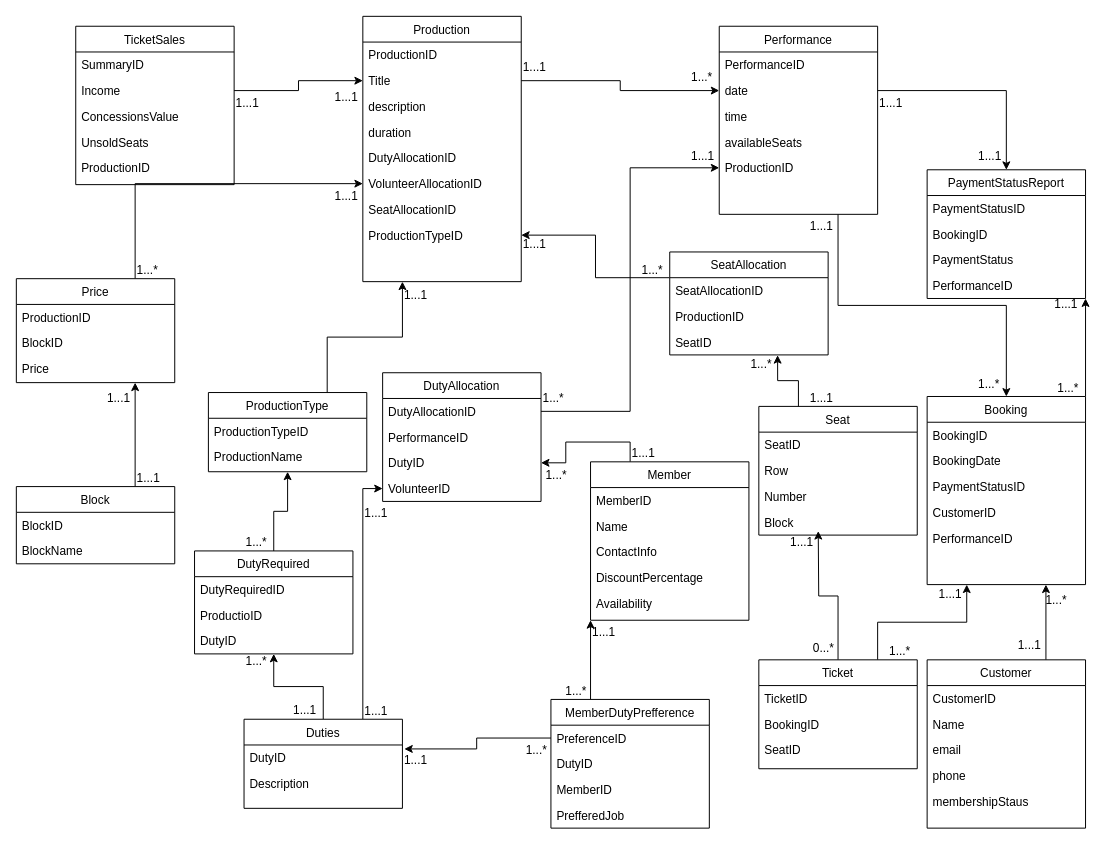
Before: Untitled Diagram.drawio in iamheetp/ecomstore, a draw.io diagram. Source tidied: cells renumbered, new cells numbered last; positions are measured from the earlier drawing's top-left corner, leaving out a move shared by most shapes. Both pictures are drawn from the tidied source at 99%, with x=0, y=0 at pixel (16, 16).
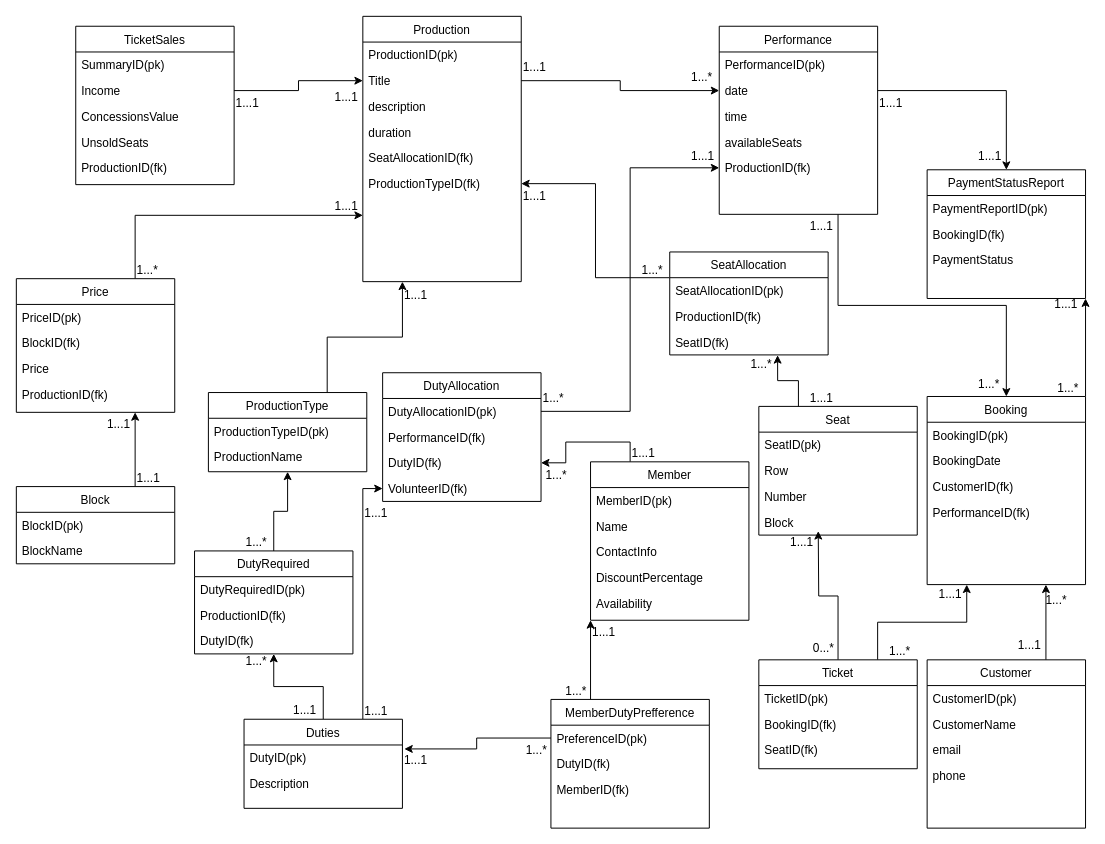
The same diagram, later.

Unchanged cells that the change refers to:
```xml
<mxCell id="2" value="Seat" style="swimlane;fontStyle=0;align=center;verticalAlign=top;horizontal=1;startSize=26;rounded=0;shadow=0;strokeWidth=1;" parent="1" vertex="1">
  <mxGeometry x="750" y="394" width="160" height="130" as="geometry" />
</mxCell>
<mxCell id="8" value="Booking" style="swimlane;fontStyle=0;align=center;verticalAlign=top;horizontal=1;startSize=26;rounded=0;shadow=0;strokeWidth=1;" parent="1" vertex="1">
  <mxGeometry x="920" y="384" width="160" height="190" as="geometry" />
</mxCell>
<mxCell id="14" value="Production" style="swimlane;fontStyle=0;align=center;verticalAlign=top;horizontal=1;startSize=26;rounded=0;shadow=0;strokeWidth=1;" parent="1" vertex="1">
  <mxGeometry x="350" width="160" height="268" as="geometry" />
</mxCell>
<mxCell id="24" value="Performance" style="swimlane;fontStyle=0;align=center;verticalAlign=top;horizontal=1;startSize=26;rounded=0;shadow=0;strokeWidth=1;" parent="1" vertex="1">
  <mxGeometry x="710" y="10" width="160" height="190" as="geometry" />
</mxCell>
<mxCell id="37" value="Duties" style="swimlane;fontStyle=0;align=center;verticalAlign=top;horizontal=1;startSize=26;rounded=0;shadow=0;strokeWidth=1;" parent="1" vertex="1">
  <mxGeometry x="230" y="710" width="160" height="90" as="geometry" />
</mxCell>
<mxCell id="40" value="TicketSales" style="swimlane;fontStyle=0;align=center;verticalAlign=top;horizontal=1;startSize=26;rounded=0;shadow=0;strokeWidth=1;" parent="1" vertex="1">
  <mxGeometry x="60" y="10" width="160" height="160" as="geometry" />
</mxCell>
<mxCell id="48" value="DutyAllocation" style="swimlane;fontStyle=0;align=center;verticalAlign=top;horizontal=1;startSize=26;rounded=0;shadow=0;strokeWidth=1;" parent="1" vertex="1">
  <mxGeometry x="370" y="360" width="160" height="130" as="geometry" />
</mxCell>
<mxCell id="59" value="Member" style="swimlane;fontStyle=0;align=center;verticalAlign=top;horizontal=1;startSize=26;rounded=0;shadow=0;strokeWidth=1;" parent="1" vertex="1">
  <mxGeometry x="580" y="450" width="160" height="160" as="geometry" />
</mxCell>
<mxCell id="66" value="Customer" style="swimlane;fontStyle=0;align=center;verticalAlign=top;horizontal=1;startSize=26;rounded=0;shadow=0;strokeWidth=1;" parent="1" vertex="1">
  <mxGeometry x="920" y="650" width="160" height="170" as="geometry" />
</mxCell>
<mxCell id="74" value="Ticket" style="swimlane;fontStyle=0;align=center;verticalAlign=top;horizontal=1;startSize=26;rounded=0;shadow=0;strokeWidth=1;" parent="1" vertex="1">
  <mxGeometry x="750" y="650" width="160" height="110" as="geometry" />
</mxCell>
<mxCell id="82" value="DutyRequired" style="swimlane;fontStyle=0;align=center;verticalAlign=top;horizontal=1;startSize=26;rounded=0;shadow=0;strokeWidth=1;" parent="1" vertex="1">
  <mxGeometry x="180" y="540" width="160" height="104" as="geometry" />
</mxCell>
<mxCell id="87" value="SeatAllocation" style="swimlane;fontStyle=0;align=center;verticalAlign=top;horizontal=1;startSize=26;rounded=0;shadow=0;strokeWidth=1;" parent="1" vertex="1">
  <mxGeometry x="660" y="238" width="160" height="104" as="geometry" />
</mxCell>
<mxCell id="94" value="PaymentStatusReport" style="swimlane;fontStyle=0;align=center;verticalAlign=top;horizontal=1;startSize=26;rounded=0;shadow=0;strokeWidth=1;" parent="1" vertex="1">
  <mxGeometry x="920" y="155" width="160" height="130" as="geometry" />
</mxCell>
<mxCell id="120" value="Block" style="swimlane;fontStyle=0;align=center;verticalAlign=top;horizontal=1;startSize=26;rounded=0;shadow=0;strokeWidth=1;" parent="1" vertex="1">
  <mxGeometry y="475" width="160" height="78" as="geometry" />
</mxCell>
<mxCell id="127" value="ProductionType" style="swimlane;fontStyle=0;align=center;verticalAlign=top;horizontal=1;startSize=26;rounded=0;shadow=0;strokeWidth=1;" parent="1" vertex="1">
  <mxGeometry x="194" y="380" width="160" height="80" as="geometry" />
</mxCell>
<mxCell id="135" value="MemberDutyPrefference" style="swimlane;fontStyle=0;align=center;verticalAlign=top;horizontal=1;startSize=26;rounded=0;shadow=0;strokeWidth=1;" parent="1" vertex="1">
  <mxGeometry x="540" y="690" width="160" height="130" as="geometry" />
</mxCell>
```

The edit, as a diff of the source:
```diff
@@
-    <mxCell id="3" value="SeatID" style="text;align=left;verticalAlign=top;spacingLeft=4;spacingRight=4;overflow=hidden;" parent="2" vertex="1">
+    <mxCell id="3" value="SeatID(pk)" style="text;align=left;verticalAlign=top;spacingLeft=4;spacingRight=4;overflow=hidden;" parent="2" vertex="1">
       <mxGeometry y="26" width="160" height="26" as="geometry" />
     </mxCell>
@@
-    <mxCell id="9" value="BookingID" style="text;align=left;verticalAlign=top;spacingLeft=4;spacingRight=4;overflow=hidden;" parent="8" vertex="1">
+    <mxCell id="9" value="BookingID(pk)" style="text;align=left;verticalAlign=top;spacingLeft=4;spacingRight=4;overflow=hidden;" parent="8" vertex="1">
       <mxGeometry y="26" width="160" height="26" as="geometry" />
     </mxCell>
@@
-    <mxCell id="11" value="PaymentStatusID" style="text;align=left;verticalAlign=top;spacingLeft=4;spacingRight=4;overflow=hidden;" parent="8" vertex="1">
-      <mxGeometry y="78" width="160" height="26" as="geometry" />
-    </mxCell>
-    <mxCell id="12" value="CustomerID" style="text;align=left;verticalAlign=top;spacingLeft=4;spacingRight=4;overflow=hidden;" parent="8" vertex="1">
-      <mxGeometry y="104" width="160" height="26" as="geometry" />
+    <mxCell id="12" value="CustomerID(fk)" style="text;align=left;verticalAlign=top;spacingLeft=4;spacingRight=4;overflow=hidden;" parent="8" vertex="1">
+      <mxGeometry y="78" width="160" height="26" as="geometry" />
     </mxCell>
-    <mxCell id="13" value="PerformanceID" style="text;align=left;verticalAlign=top;spacingLeft=4;spacingRight=4;overflow=hidden;" parent="8" vertex="1">
-      <mxGeometry y="130" width="160" height="26" as="geometry" />
+    <mxCell id="13" value="PerformanceID(fk)" style="text;align=left;verticalAlign=top;spacingLeft=4;spacingRight=4;overflow=hidden;" parent="8" vertex="1">
+      <mxGeometry y="104" width="160" height="26" as="geometry" />
     </mxCell>
@@
-    <mxCell id="15" value="ProductionID" style="text;align=left;verticalAlign=top;spacingLeft=4;spacingRight=4;overflow=hidden;" parent="14" vertex="1">
+    <mxCell id="15" value="ProductionID(pk)" style="text;align=left;verticalAlign=top;spacingLeft=4;spacingRight=4;overflow=hidden;" parent="14" vertex="1">
       <mxGeometry y="26" width="160" height="26" as="geometry" />
     </mxCell>
@@
-    <mxCell id="19" value="DutyAllocationID" style="text;align=left;verticalAlign=top;spacingLeft=4;spacingRight=4;overflow=hidden;rounded=0;shadow=0;html=0;" parent="14" vertex="1">
-      <mxGeometry y="130" width="160" height="26" as="geometry" />
-    </mxCell>
-    <mxCell id="20" value="VolunteerAllocationID" style="text;align=left;verticalAlign=top;spacingLeft=4;spacingRight=4;overflow=hidden;points=[[0,0.5],[1,0.5]];portConstraint=eastwest;rounded=0;shadow=0;html=0;" parent="14" vertex="1">
-      <mxGeometry y="156" width="160" height="26" as="geometry" />
-    </mxCell>
-    <mxCell id="21" value="SeatAllocationID" style="text;align=left;verticalAlign=top;spacingLeft=4;spacingRight=4;overflow=hidden;rounded=0;shadow=0;html=0;" parent="14" vertex="1">
-      <mxGeometry y="182" width="160" height="26" as="geometry" />
+    <mxCell id="21" value="SeatAllocationID(fk)" style="text;align=left;verticalAlign=top;spacingLeft=4;spacingRight=4;overflow=hidden;rounded=0;shadow=0;html=0;" parent="14" vertex="1">
+      <mxGeometry y="130" width="160" height="26" as="geometry" />
     </mxCell>
-    <mxCell id="22" value="ProductionTypeID" style="text;align=left;verticalAlign=top;spacingLeft=4;spacingRight=4;overflow=hidden;points=[[0,0.5],[1,0.5]];portConstraint=eastwest;rounded=0;shadow=0;html=0;" parent="14" vertex="1">
-      <mxGeometry y="208" width="160" height="26" as="geometry" />
+    <mxCell id="22" value="ProductionTypeID(fk)" style="text;align=left;verticalAlign=top;spacingLeft=4;spacingRight=4;overflow=hidden;points=[[0,0.5],[1,0.5]];portConstraint=eastwest;rounded=0;shadow=0;html=0;" parent="14" vertex="1">
+      <mxGeometry y="156" width="160" height="26" as="geometry" />
     </mxCell>
@@
-    <mxCell id="25" value="PerformanceID" style="text;align=left;verticalAlign=top;spacingLeft=4;spacingRight=4;overflow=hidden;" parent="24" vertex="1">
+    <mxCell id="25" value="PerformanceID(pk)" style="text;align=left;verticalAlign=top;spacingLeft=4;spacingRight=4;overflow=hidden;" parent="24" vertex="1">
       <mxGeometry y="26" width="160" height="26" as="geometry" />
     </mxCell>
@@
-    <mxCell id="29" value="ProductionID" style="text;align=left;verticalAlign=top;spacingLeft=4;spacingRight=4;overflow=hidden;points=[[0,0.5],[1,0.5]];portConstraint=eastwest;rounded=0;shadow=0;html=0;" parent="24" vertex="1">
+    <mxCell id="29" value="ProductionID(fk)" style="text;align=left;verticalAlign=top;spacingLeft=4;spacingRight=4;overflow=hidden;points=[[0,0.5],[1,0.5]];portConstraint=eastwest;rounded=0;shadow=0;html=0;" parent="24" vertex="1">
       <mxGeometry y="130" width="160" height="26" as="geometry" />
     </mxCell>
@@
-    <mxCell id="38" value="DutyID" style="text;align=left;verticalAlign=top;spacingLeft=4;spacingRight=4;overflow=hidden;points=[[0,0.5],[1,0.5]];portConstraint=eastwest;" parent="37" vertex="1">
+    <mxCell id="38" value="DutyID(pk)" style="text;align=left;verticalAlign=top;spacingLeft=4;spacingRight=4;overflow=hidden;points=[[0,0.5],[1,0.5]];portConstraint=eastwest;" parent="37" vertex="1">
       <mxGeometry y="26" width="160" height="26" as="geometry" />
     </mxCell>
@@
-    <mxCell id="41" value="SummaryID" style="text;align=left;verticalAlign=top;spacingLeft=4;spacingRight=4;overflow=hidden;" parent="40" vertex="1">
+    <mxCell id="41" value="SummaryID(pk)" style="text;align=left;verticalAlign=top;spacingLeft=4;spacingRight=4;overflow=hidden;" parent="40" vertex="1">
       <mxGeometry y="26" width="160" height="26" as="geometry" />
     </mxCell>
@@
-    <mxCell id="45" value="ProductionID" style="text;align=left;verticalAlign=top;spacingLeft=4;spacingRight=4;overflow=hidden;rounded=0;shadow=0;html=0;" parent="40" vertex="1">
+    <mxCell id="45" value="ProductionID(fk)" style="text;align=left;verticalAlign=top;spacingLeft=4;spacingRight=4;overflow=hidden;rounded=0;shadow=0;html=0;" parent="40" vertex="1">
       <mxGeometry y="130" width="160" height="26" as="geometry" />
     </mxCell>
@@
-    <mxCell id="49" value="DutyAllocationID" style="text;align=left;verticalAlign=top;spacingLeft=4;spacingRight=4;overflow=hidden;points=[[0,0.5],[1,0.5]];portConstraint=eastwest;" parent="48" vertex="1">
+    <mxCell id="49" value="DutyAllocationID(pk)" style="text;align=left;verticalAlign=top;spacingLeft=4;spacingRight=4;overflow=hidden;points=[[0,0.5],[1,0.5]];portConstraint=eastwest;" parent="48" vertex="1">
       <mxGeometry y="26" width="160" height="26" as="geometry" />
     </mxCell>
-    <mxCell id="50" value="PerformanceID" style="text;align=left;verticalAlign=top;spacingLeft=4;spacingRight=4;overflow=hidden;rounded=0;shadow=0;html=0;" parent="48" vertex="1">
+    <mxCell id="50" value="PerformanceID(fk)" style="text;align=left;verticalAlign=top;spacingLeft=4;spacingRight=4;overflow=hidden;rounded=0;shadow=0;html=0;" parent="48" vertex="1">
       <mxGeometry y="52" width="160" height="26" as="geometry" />
     </mxCell>
-    <mxCell id="51" value="DutyID" style="text;align=left;verticalAlign=top;spacingLeft=4;spacingRight=4;overflow=hidden;points=[[0,0.5],[1,0.5]];portConstraint=eastwest;rounded=0;shadow=0;html=0;" parent="48" vertex="1">
+    <mxCell id="51" value="DutyID(fk)" style="text;align=left;verticalAlign=top;spacingLeft=4;spacingRight=4;overflow=hidden;points=[[0,0.5],[1,0.5]];portConstraint=eastwest;rounded=0;shadow=0;html=0;" parent="48" vertex="1">
       <mxGeometry y="78" width="160" height="26" as="geometry" />
     </mxCell>
-    <mxCell id="52" value="VolunteerID" style="text;align=left;verticalAlign=top;spacingLeft=4;spacingRight=4;overflow=hidden;points=[[0,0.5],[1,0.5]];portConstraint=eastwest;rounded=0;shadow=0;html=0;" parent="48" vertex="1">
+    <mxCell id="52" value="VolunteerID(fk)" style="text;align=left;verticalAlign=top;spacingLeft=4;spacingRight=4;overflow=hidden;points=[[0,0.5],[1,0.5]];portConstraint=eastwest;rounded=0;shadow=0;html=0;" parent="48" vertex="1">
       <mxGeometry y="104" width="160" height="26" as="geometry" />
     </mxCell>
@@
-    <mxCell id="60" value="MemberID" style="text;align=left;verticalAlign=top;spacingLeft=4;spacingRight=4;overflow=hidden;" parent="59" vertex="1">
+    <mxCell id="60" value="MemberID(pk)" style="text;align=left;verticalAlign=top;spacingLeft=4;spacingRight=4;overflow=hidden;" parent="59" vertex="1">
       <mxGeometry y="26" width="160" height="26" as="geometry" />
     </mxCell>
@@
-    <mxCell id="67" value="CustomerID" style="text;align=left;verticalAlign=top;spacingLeft=4;spacingRight=4;overflow=hidden;" parent="66" vertex="1">
+    <mxCell id="67" value="CustomerID(pk)" style="text;align=left;verticalAlign=top;spacingLeft=4;spacingRight=4;overflow=hidden;" parent="66" vertex="1">
       <mxGeometry y="26" width="160" height="26" as="geometry" />
     </mxCell>
-    <mxCell id="68" value="Name" style="text;align=left;verticalAlign=top;spacingLeft=4;spacingRight=4;overflow=hidden;rounded=0;shadow=0;html=0;" parent="66" vertex="1">
+    <mxCell id="68" value="CustomerName" style="text;align=left;verticalAlign=top;spacingLeft=4;spacingRight=4;overflow=hidden;rounded=0;shadow=0;html=0;" parent="66" vertex="1">
       <mxGeometry y="52" width="160" height="26" as="geometry" />
     </mxCell>
@@
-    <mxCell id="71" value="membershipStaus" style="text;align=left;verticalAlign=top;spacingLeft=4;spacingRight=4;overflow=hidden;rounded=0;shadow=0;html=0;" parent="66" vertex="1">
-      <mxGeometry y="130" width="160" height="26" as="geometry" />
-    </mxCell>
@@
-    <mxCell id="75" value="TicketID" style="text;align=left;verticalAlign=top;spacingLeft=4;spacingRight=4;overflow=hidden;" parent="74" vertex="1">
+    <mxCell id="75" value="TicketID(pk)" style="text;align=left;verticalAlign=top;spacingLeft=4;spacingRight=4;overflow=hidden;" parent="74" vertex="1">
       <mxGeometry y="26" width="160" height="26" as="geometry" />
     </mxCell>
-    <mxCell id="76" value="BookingID" style="text;align=left;verticalAlign=top;spacingLeft=4;spacingRight=4;overflow=hidden;rounded=0;shadow=0;html=0;" parent="74" vertex="1">
+    <mxCell id="76" value="BookingID(fk)" style="text;align=left;verticalAlign=top;spacingLeft=4;spacingRight=4;overflow=hidden;rounded=0;shadow=0;html=0;" parent="74" vertex="1">
       <mxGeometry y="52" width="160" height="26" as="geometry" />
     </mxCell>
-    <mxCell id="77" value="SeatID" style="text;align=left;verticalAlign=top;spacingLeft=4;spacingRight=4;overflow=hidden;rounded=0;shadow=0;html=0;" parent="74" vertex="1">
+    <mxCell id="77" value="SeatID(fk)" style="text;align=left;verticalAlign=top;spacingLeft=4;spacingRight=4;overflow=hidden;rounded=0;shadow=0;html=0;" parent="74" vertex="1">
       <mxGeometry y="78" width="160" height="26" as="geometry" />
     </mxCell>
@@
-    <mxCell id="83" value="DutyRequiredID" style="text;align=left;verticalAlign=top;spacingLeft=4;spacingRight=4;overflow=hidden;" parent="82" vertex="1">
+    <mxCell id="83" value="DutyRequiredID(pk)" style="text;align=left;verticalAlign=top;spacingLeft=4;spacingRight=4;overflow=hidden;" parent="82" vertex="1">
       <mxGeometry y="26" width="160" height="26" as="geometry" />
     </mxCell>
-    <mxCell id="84" value="ProductioID" style="text;align=left;verticalAlign=top;spacingLeft=4;spacingRight=4;overflow=hidden;rounded=0;shadow=0;html=0;" parent="82" vertex="1">
+    <mxCell id="84" value="ProductionID(fk)" style="text;align=left;verticalAlign=top;spacingLeft=4;spacingRight=4;overflow=hidden;rounded=0;shadow=0;html=0;" parent="82" vertex="1">
       <mxGeometry y="52" width="160" height="26" as="geometry" />
     </mxCell>
-    <mxCell id="85" value="DutyID" style="text;align=left;verticalAlign=top;spacingLeft=4;spacingRight=4;overflow=hidden;rounded=0;shadow=0;html=0;" parent="82" vertex="1">
+    <mxCell id="85" value="DutyID(fk)" style="text;align=left;verticalAlign=top;spacingLeft=4;spacingRight=4;overflow=hidden;rounded=0;shadow=0;html=0;" parent="82" vertex="1">
       <mxGeometry y="78" width="160" height="26" as="geometry" />
     </mxCell>
@@
-    <mxCell id="88" value="SeatAllocationID" style="text;align=left;verticalAlign=top;spacingLeft=4;spacingRight=4;overflow=hidden;" parent="87" vertex="1">
+    <mxCell id="88" value="SeatAllocationID(pk)" style="text;align=left;verticalAlign=top;spacingLeft=4;spacingRight=4;overflow=hidden;" parent="87" vertex="1">
       <mxGeometry y="26" width="160" height="26" as="geometry" />
     </mxCell>
-    <mxCell id="89" value="ProductionID" style="text;align=left;verticalAlign=top;spacingLeft=4;spacingRight=4;overflow=hidden;rounded=0;shadow=0;html=0;" parent="87" vertex="1">
+    <mxCell id="89" value="ProductionID(fk)" style="text;align=left;verticalAlign=top;spacingLeft=4;spacingRight=4;overflow=hidden;rounded=0;shadow=0;html=0;" parent="87" vertex="1">
       <mxGeometry y="52" width="160" height="26" as="geometry" />
     </mxCell>
-    <mxCell id="90" value="SeatID" style="text;align=left;verticalAlign=top;spacingLeft=4;spacingRight=4;overflow=hidden;points=[[0,0.5],[1,0.5]];portConstraint=eastwest;" parent="87" vertex="1">
+    <mxCell id="90" value="SeatID(fk)" style="text;align=left;verticalAlign=top;spacingLeft=4;spacingRight=4;overflow=hidden;points=[[0,0.5],[1,0.5]];portConstraint=eastwest;" parent="87" vertex="1">
       <mxGeometry y="78" width="160" height="26" as="geometry" />
     </mxCell>
     <mxCell id="91" value="1...1" style="align=left;verticalAlign=bottom;labelBackgroundColor=none;fontSize=12;" parent="1" vertex="1">
-      <mxGeometry x="510" y="238" as="geometry" />
+      <mxGeometry x="510" y="190" as="geometry" />
     </mxCell>
@@
-    <mxCell id="95" value="PaymentStatusID" style="text;align=left;verticalAlign=top;spacingLeft=4;spacingRight=4;overflow=hidden;" parent="94" vertex="1">
+    <mxCell id="95" value="PaymentReportID(pk)" style="text;align=left;verticalAlign=top;spacingLeft=4;spacingRight=4;overflow=hidden;" parent="94" vertex="1">
       <mxGeometry y="26" width="160" height="26" as="geometry" />
     </mxCell>
-    <mxCell id="96" value="BookingID" style="text;align=left;verticalAlign=top;spacingLeft=4;spacingRight=4;overflow=hidden;rounded=0;shadow=0;html=0;" parent="94" vertex="1">
+    <mxCell id="96" value="BookingID(fk)" style="text;align=left;verticalAlign=top;spacingLeft=4;spacingRight=4;overflow=hidden;rounded=0;shadow=0;html=0;" parent="94" vertex="1">
       <mxGeometry y="52" width="160" height="26" as="geometry" />
     </mxCell>
@@
-    <mxCell id="98" value="PerformanceID" style="text;align=left;verticalAlign=top;spacingLeft=4;spacingRight=4;overflow=hidden;rounded=0;shadow=0;html=0;" parent="94" vertex="1">
-      <mxGeometry y="104" width="160" height="26" as="geometry" />
-    </mxCell>
@@
-    <mxCell id="114" style="edgeStyle=orthogonalEdgeStyle;rounded=0;jettySize=auto;html=1;exitX=0.75;exitY=0;exitDx=0;exitDy=0;entryX=0;entryY=0.5;entryDx=0;entryDy=0;" parent="1" edge="1" source="115" target="20">
-      <mxGeometry relative="1" as="geometry" />
-    </mxCell>
+    <mxCell id="145" style="edgeStyle=orthogonalEdgeStyle;rounded=0;jettySize=auto;html=1;exitX=0.75;exitY=0;exitDx=0;exitDy=0;entryX=0;entryY=0.75;entryDx=0;entryDy=0;" parent="1" edge="1" source="115" target="14">
+      <mxGeometry relative="1" as="geometry" />
+    </mxCell>
     <mxCell id="115" value="Price" style="swimlane;fontStyle=0;align=center;verticalAlign=top;horizontal=1;startSize=26;rounded=0;shadow=0;strokeWidth=1;" parent="1" vertex="1">
-      <mxGeometry y="265" width="160" height="105" as="geometry" />
+      <mxGeometry y="265" width="160" height="135" as="geometry" />
     </mxCell>
-    <mxCell id="116" value="ProductionID" style="text;align=left;verticalAlign=top;spacingLeft=4;spacingRight=4;overflow=hidden;" parent="115" vertex="1">
+    <mxCell id="116" value="PriceID(pk)" style="text;align=left;verticalAlign=top;spacingLeft=4;spacingRight=4;overflow=hidden;" parent="115" vertex="1">
       <mxGeometry y="26" width="160" height="26" as="geometry" />
     </mxCell>
-    <mxCell id="117" value="BlockID" style="text;align=left;verticalAlign=top;spacingLeft=4;spacingRight=4;overflow=hidden;rounded=0;shadow=0;html=0;" parent="115" vertex="1">
+    <mxCell id="117" value="BlockID(fk)" style="text;align=left;verticalAlign=top;spacingLeft=4;spacingRight=4;overflow=hidden;rounded=0;shadow=0;html=0;" parent="115" vertex="1">
       <mxGeometry y="52" width="160" height="26" as="geometry" />
     </mxCell>
@@
+    <mxCell id="146" value="ProductionID(fk)" style="text;align=left;verticalAlign=top;spacingLeft=4;spacingRight=4;overflow=hidden;" parent="115" vertex="1">
+      <mxGeometry y="104" width="160" height="26" as="geometry" />
+    </mxCell>
@@
-    <mxCell id="121" value="BlockID" style="text;align=left;verticalAlign=top;spacingLeft=4;spacingRight=4;overflow=hidden;" parent="120" vertex="1">
+    <mxCell id="121" value="BlockID(pk)" style="text;align=left;verticalAlign=top;spacingLeft=4;spacingRight=4;overflow=hidden;" parent="120" vertex="1">
       <mxGeometry y="26" width="160" height="26" as="geometry" />
     </mxCell>
@@
     <mxCell id="124" value="1...1" style="align=left;verticalAlign=bottom;labelBackgroundColor=none;fontSize=12;rotation=0;" parent="1" vertex="1">
-      <mxGeometry x="320" y="190" as="geometry" />
+      <mxGeometry x="320" y="200" as="geometry" />
     </mxCell>
@@
-    <mxCell id="128" value="ProductionTypeID" style="text;align=left;verticalAlign=top;spacingLeft=4;spacingRight=4;overflow=hidden;" parent="127" vertex="1">
+    <mxCell id="128" value="ProductionTypeID(pk)" style="text;align=left;verticalAlign=top;spacingLeft=4;spacingRight=4;overflow=hidden;" parent="127" vertex="1">
       <mxGeometry y="26" width="160" height="26" as="geometry" />
     </mxCell>
@@
     <mxCell id="130" value="1...1" style="align=left;verticalAlign=bottom;labelBackgroundColor=none;fontSize=12;rotation=0;" parent="1" vertex="1">
-      <mxGeometry x="90" y="394" as="geometry" />
+      <mxGeometry x="90" y="420" as="geometry" />
     </mxCell>
@@
-    <mxCell id="136" value="PreferenceID" style="text;align=left;verticalAlign=top;spacingLeft=4;spacingRight=4;overflow=hidden;points=[[0,0.5],[1,0.5]];portConstraint=eastwest;" parent="135" vertex="1">
+    <mxCell id="136" value="PreferenceID(pk)" style="text;align=left;verticalAlign=top;spacingLeft=4;spacingRight=4;overflow=hidden;points=[[0,0.5],[1,0.5]];portConstraint=eastwest;" parent="135" vertex="1">
       <mxGeometry y="26" width="160" height="26" as="geometry" />
     </mxCell>
-    <mxCell id="137" value="DutyID" style="text;align=left;verticalAlign=top;spacingLeft=4;spacingRight=4;overflow=hidden;rounded=0;shadow=0;html=0;" parent="135" vertex="1">
+    <mxCell id="137" value="DutyID(fk)" style="text;align=left;verticalAlign=top;spacingLeft=4;spacingRight=4;overflow=hidden;rounded=0;shadow=0;html=0;" parent="135" vertex="1">
       <mxGeometry y="52" width="160" height="26" as="geometry" />
     </mxCell>
-    <mxCell id="138" value="MemberID" style="text;align=left;verticalAlign=top;spacingLeft=4;spacingRight=4;overflow=hidden;rounded=0;shadow=0;html=0;" parent="135" vertex="1">
+    <mxCell id="138" value="MemberID(fk)" style="text;align=left;verticalAlign=top;spacingLeft=4;spacingRight=4;overflow=hidden;rounded=0;shadow=0;html=0;" parent="135" vertex="1">
       <mxGeometry y="78" width="160" height="26" as="geometry" />
     </mxCell>
-    <mxCell id="139" value="PrefferedJob" style="text;align=left;verticalAlign=top;spacingLeft=4;spacingRight=4;overflow=hidden;rounded=0;shadow=0;html=0;" parent="135" vertex="1">
-      <mxGeometry y="104" width="160" height="26" as="geometry" />
-    </mxCell>
```
